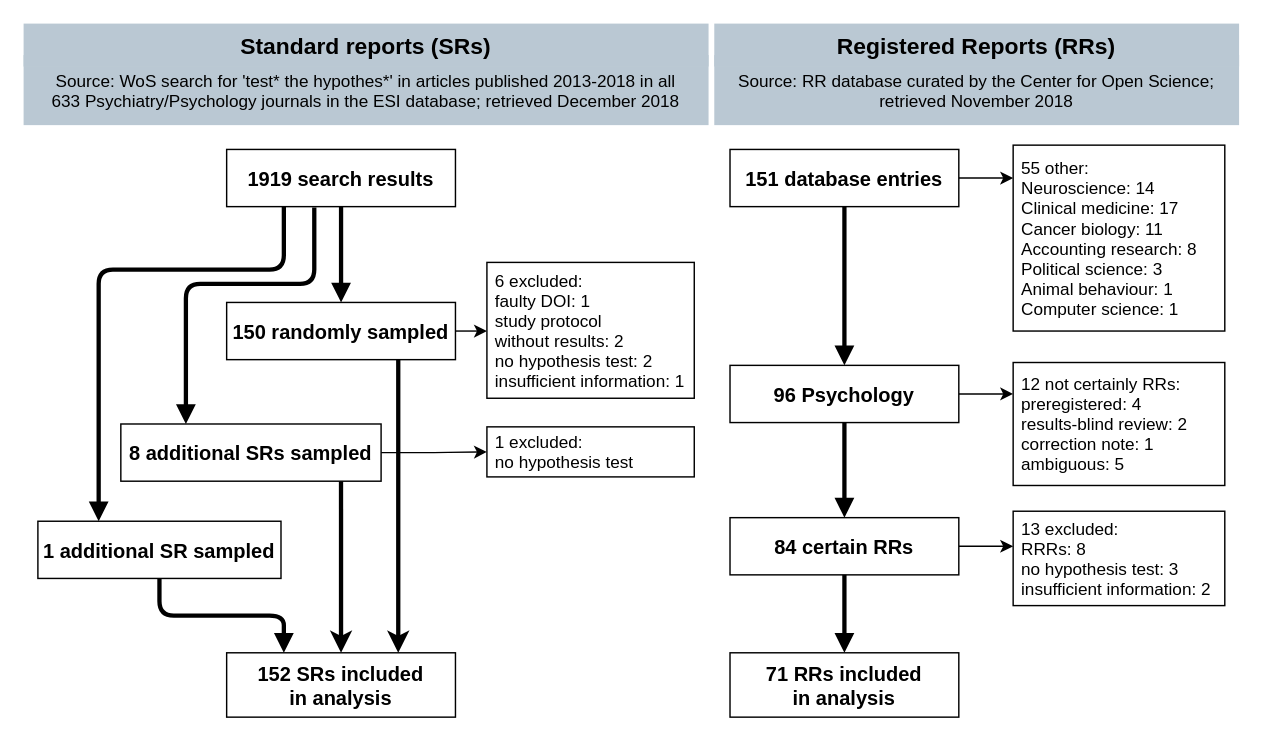
Before: preprint/sampling_process_flowchart.drawio in amscheel/positive_result_rates, a draw.io diagram. Source tidied: cells renumbered, new cells numbered last; positions are measured from the earlier drawing's top-left corner, leaving out a move shared by most shapes. Both pictures are drawn from the tidied source at 143%, with x=0, y=0 at pixel (23, 23).
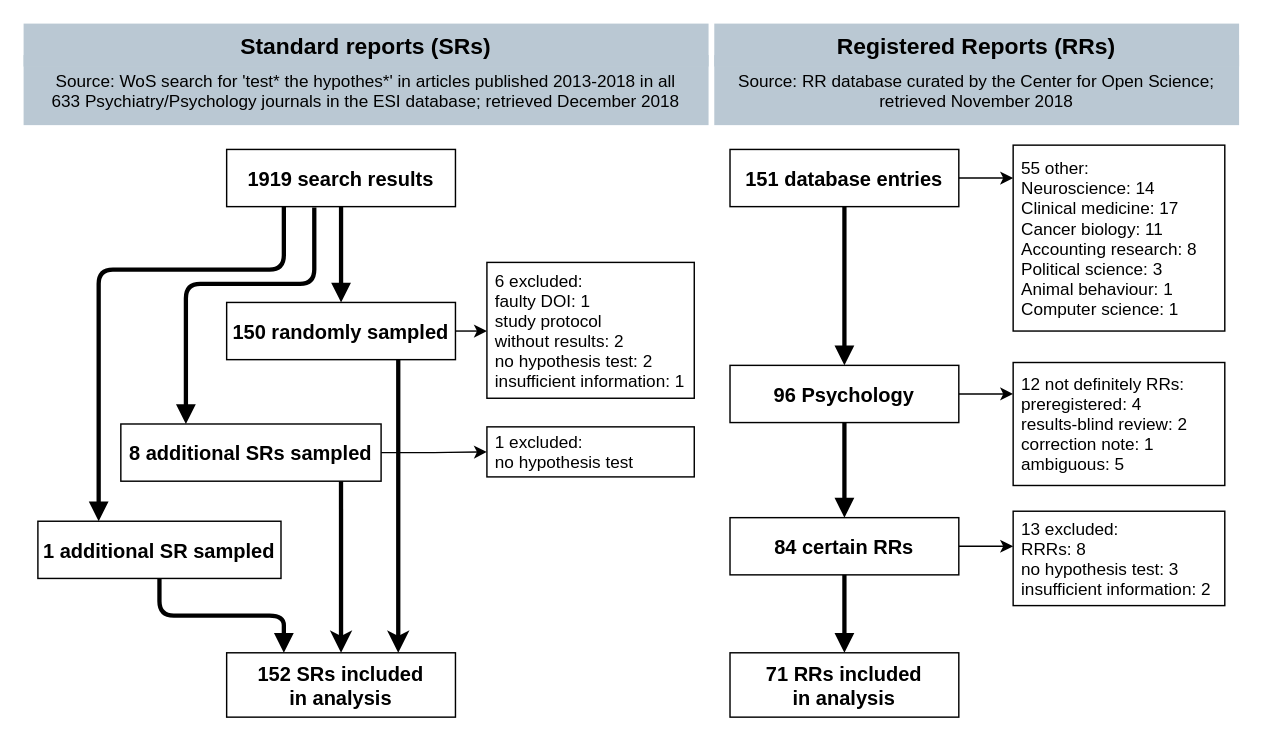
After the change.

Commit message (it also covers changes not shown here):
changed "certainly" to "definitely"

The edit, as a diff of the source:
```diff
@@
-    <mxCell id="22" value="12 not certainly RRs:&#10;preregistered: 4&#10;results-blind review: 2&#10;correction note: 1&#10;ambiguous: 5" style="rounded=0;shadow=0;fontStyle=0;fontSize=12;align=left;spacingLeft=4;glass=0;" parent="1" vertex="1">
+    <mxCell id="22" value="12 not definitely RRs:&#10;preregistered: 4&#10;results-blind review: 2&#10;correction note: 1&#10;ambiguous: 5" style="rounded=0;shadow=0;fontStyle=0;fontSize=12;align=left;spacingLeft=4;glass=0;" parent="1" vertex="1">
       <mxGeometry x="692" y="237" width="148" height="86" as="geometry" />
     </mxCell>
```
